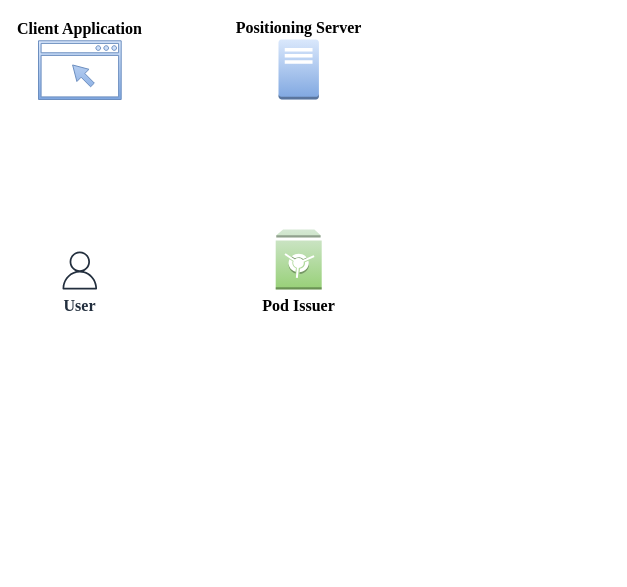
OpenHPS/openhps-solid keeps this draw.io diagram as page "Page-3" (2 of 3) of docs/media/images/solid.drawio. Above is the earlier version. Source tidied: cells renumbered, new cells numbered last; positions are measured from the earlier drawing's top-left corner, leaving out a move shared by most shapes. Both pictures are drawn from the tidied source at 100%, with x=0, y=0 at pixel (38, 39).
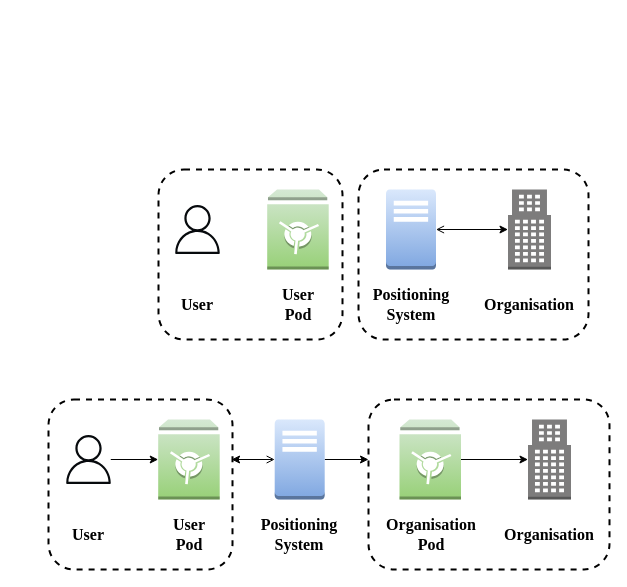
Above is the later version.

Diff of the diagram source:
```diff
@@
+    <mxCell id="6" style="rounded=1;whiteSpace=wrap;html=1;fontFamily=Garamond;fontSize=16;fillColor=none;strokeWidth=2;dashed=1;" parent="1" vertex="1">
+      <mxGeometry x="10" y="360" width="184" height="170" as="geometry" />
+    </mxCell>
+    <mxCell id="7" style="rounded=1;whiteSpace=wrap;html=1;fontFamily=Garamond;fontSize=16;fillColor=none;strokeWidth=2;dashed=1;" parent="1" vertex="1">
+      <mxGeometry x="320" y="130" width="230" height="170" as="geometry" />
+    </mxCell>
+    <mxCell id="8" style="edgeStyle=orthogonalEdgeStyle;rounded=0;jettySize=auto;html=1;entryX=0;entryY=0.5;entryDx=0;entryDy=0;entryPerimeter=0;fontFamily=Garamond;fontSize=16;startArrow=open;startFill=0;" parent="1" edge="1" source="2" target="12">
+      <mxGeometry relative="1" as="geometry" />
+    </mxCell>
-    <mxCell id="2" value="&lt;b&gt;Positioning Server&lt;br&gt;&lt;/b&gt;" style="outlineConnect=0;dashed=0;verticalLabelPosition=top;verticalAlign=bottom;align=center;html=1;shape=mxgraph.aws3.traditional_server;fillColor=#dae8fc;gradientColor=#7ea6e0;fontFamily=Garamond;fontSize=16;strokeColor=#6c8ebf;labelPosition=center;" parent="1" vertex="1">
-      <mxGeometry x="240" width="40.4" height="60" as="geometry" />
+    <mxCell id="2" value="&lt;b&gt;&lt;br&gt;&lt;/b&gt;" style="outlineConnect=0;dashed=0;verticalLabelPosition=top;verticalAlign=bottom;align=center;html=1;shape=mxgraph.aws3.traditional_server;fillColor=#dae8fc;gradientColor=#7ea6e0;fontFamily=Garamond;fontSize=16;strokeColor=#6c8ebf;labelPosition=center;" parent="1" vertex="1">
+      <mxGeometry x="347.5" y="150" width="50" height="80" as="geometry" />
     </mxCell>
-    <mxCell id="3" value="&lt;font style=&quot;font-size: 16px&quot;&gt;&lt;b&gt;Client Application&lt;/b&gt;&lt;/font&gt;" style="sketch=0;shadow=0;dashed=0;html=1;strokeColor=#6c8ebf;fillColor=#dae8fc;labelPosition=center;verticalLabelPosition=top;verticalAlign=bottom;align=center;shape=mxgraph.vvd.web_browser;gradientColor=#7ea6e0;fontFamily=Garamond;" parent="1" vertex="1">
-      <mxGeometry y="1.3" width="82.7" height="58.7" as="geometry" />
-    </mxCell>
-    <mxCell id="4" value="&lt;b&gt;&lt;font style=&quot;font-size: 16px&quot;&gt;User&lt;/font&gt;&lt;/b&gt;" style="sketch=0;fontColor=#232F3E;gradientColor=none;fillColor=#232F3E;strokeColor=none;dashed=0;verticalLabelPosition=bottom;verticalAlign=top;align=center;html=1;fontSize=12;fontStyle=0;shape=mxgraph.aws4.user;fontFamily=Garamond;" parent="1" vertex="1">
-      <mxGeometry x="22.3" y="212" width="38" height="38" as="geometry" />
+    <mxCell id="4" style="sketch=0;fontColor=#232F3E;gradientColor=none;fillColor=#070A0D;strokeColor=none;dashed=0;verticalLabelPosition=bottom;verticalAlign=top;align=center;html=1;fontSize=12;fontStyle=0;shape=mxgraph.aws4.user;fontFamily=Garamond;" parent="1" vertex="1">
+      <mxGeometry x="134.5" y="165.5" width="49" height="49" as="geometry" />
     </mxCell>
-    <mxCell id="5" value="&lt;font face=&quot;Garamond&quot; size=&quot;1&quot;&gt;&lt;b style=&quot;font-size: 16px&quot;&gt;Pod Issuer&lt;/b&gt;&lt;/font&gt;" style="dashed=0;verticalLabelPosition=bottom;verticalAlign=top;align=center;html=1;shape=mxgraph.aws3.vault;fillColor=#d5e8d4;strokeColor=#82b366;gradientColor=#97d077;" parent="1" vertex="1">
-      <mxGeometry x="237.2" y="190" width="46" height="60" as="geometry" />
-    </mxCell>
+    <mxCell id="9" value="&lt;font style=&quot;font-size: 16px&quot;&gt;User&lt;/font&gt;" style="text;html=1;strokeColor=none;fillColor=none;align=center;verticalAlign=middle;whiteSpace=wrap;rounded=0;fontStyle=1;fontFamily=Garamond;fontSize=13;" parent="1" vertex="1">
+      <mxGeometry x="129" y="250" width="60" height="30" as="geometry" />
+    </mxCell>
+    <mxCell id="10" value="&lt;font style=&quot;font-size: 16px&quot;&gt;Positioning System&lt;/font&gt;" style="text;html=1;strokeColor=none;fillColor=none;align=center;verticalAlign=middle;whiteSpace=wrap;rounded=0;fontStyle=1;fontFamily=Garamond;fontSize=13;" parent="1" vertex="1">
+      <mxGeometry x="342.5" y="250" width="60" height="30" as="geometry" />
+    </mxCell>
+    <mxCell id="11" value="&lt;font style=&quot;font-size: 16px&quot;&gt;User Pod&lt;/font&gt;" style="text;html=1;strokeColor=none;fillColor=none;align=center;verticalAlign=middle;whiteSpace=wrap;rounded=0;fontStyle=1;fontFamily=Garamond;fontSize=13;" parent="1" vertex="1">
+      <mxGeometry x="230.2" y="250" width="60" height="30" as="geometry" />
+    </mxCell>
+    <mxCell id="12" style="outlineConnect=0;dashed=0;verticalLabelPosition=bottom;verticalAlign=top;align=center;html=1;shape=mxgraph.aws3.office_building;fillColor=#7D7C7C;gradientColor=none;fontFamily=Garamond;fontSize=16;" parent="1" vertex="1">
+      <mxGeometry x="469.5" y="150" width="43" height="80" as="geometry" />
+    </mxCell>
+    <mxCell id="13" value="&lt;font style=&quot;font-size: 16px&quot;&gt;Organisation&lt;br&gt;&lt;/font&gt;" style="text;html=1;strokeColor=none;fillColor=none;align=center;verticalAlign=middle;whiteSpace=wrap;rounded=0;fontStyle=1;fontFamily=Garamond;fontSize=13;" parent="1" vertex="1">
+      <mxGeometry x="461" y="250" width="60" height="30" as="geometry" />
+    </mxCell>
+    <mxCell id="14" style="dashed=0;verticalLabelPosition=bottom;verticalAlign=top;align=center;html=1;shape=mxgraph.aws3.vault;fillColor=#d5e8d4;strokeColor=#82b366;gradientColor=#97d077;" parent="1" vertex="1">
+      <mxGeometry x="228.7" y="150" width="61.5" height="80" as="geometry" />
+    </mxCell>
+    <mxCell id="15" style="rounded=1;whiteSpace=wrap;html=1;fontFamily=Garamond;fontSize=16;fillColor=none;strokeWidth=2;dashed=1;" parent="1" vertex="1">
+      <mxGeometry x="330" y="360" width="241" height="170" as="geometry" />
+    </mxCell>
+    <mxCell id="16" style="edgeStyle=orthogonalEdgeStyle;rounded=0;jettySize=auto;html=1;entryX=0;entryY=0.353;entryDx=0;entryDy=0;entryPerimeter=0;fontFamily=Garamond;fontSize=16;" parent="1" edge="1" source="18" target="15">
+      <mxGeometry relative="1" as="geometry" />
+    </mxCell>
+    <mxCell id="17" style="edgeStyle=orthogonalEdgeStyle;rounded=0;jettySize=auto;html=1;entryX=0.995;entryY=0.353;entryDx=0;entryDy=0;entryPerimeter=0;fontFamily=Garamond;fontSize=16;startArrow=open;startFill=0;" parent="1" edge="1" source="18" target="6">
+      <mxGeometry relative="1" as="geometry" />
+    </mxCell>
+    <mxCell id="18" value="&lt;b&gt;&lt;br&gt;&lt;/b&gt;" style="outlineConnect=0;dashed=0;verticalLabelPosition=top;verticalAlign=bottom;align=center;html=1;shape=mxgraph.aws3.traditional_server;fillColor=#dae8fc;gradientColor=#7ea6e0;fontFamily=Garamond;fontSize=16;strokeColor=#6c8ebf;labelPosition=center;" parent="1" vertex="1">
+      <mxGeometry x="236.2" y="380" width="50" height="80" as="geometry" />
+    </mxCell>
+    <mxCell id="19" style="edgeStyle=orthogonalEdgeStyle;rounded=0;jettySize=auto;html=1;entryX=0;entryY=0.5;entryDx=0;entryDy=0;entryPerimeter=0;fontFamily=Garamond;fontSize=16;" parent="1" edge="1" source="20" target="30">
+      <mxGeometry relative="1" as="geometry" />
+    </mxCell>
+    <mxCell id="20" style="sketch=0;outlineConnect=0;fontColor=#232F3E;gradientColor=none;fillColor=#070A0D;strokeColor=none;dashed=0;verticalLabelPosition=bottom;verticalAlign=top;align=center;html=1;fontSize=12;fontStyle=0;shape=mxgraph.aws4.user;fontFamily=Garamond;" parent="1" vertex="1">
+      <mxGeometry x="25.5" y="395.5" width="49" height="49" as="geometry" />
+    </mxCell>
+    <mxCell id="21" value="&lt;font style=&quot;font-size: 16px&quot;&gt;User&lt;/font&gt;" style="text;html=1;strokeColor=none;fillColor=none;align=center;verticalAlign=middle;whiteSpace=wrap;rounded=0;fontStyle=1;fontFamily=Garamond;fontSize=13;" parent="1" vertex="1">
+      <mxGeometry x="20" y="480" width="60" height="30" as="geometry" />
+    </mxCell>
+    <mxCell id="22" value="&lt;font style=&quot;font-size: 16px&quot;&gt;Positioning System&lt;/font&gt;" style="text;html=1;strokeColor=none;fillColor=none;align=center;verticalAlign=middle;whiteSpace=wrap;rounded=0;fontStyle=1;fontFamily=Garamond;fontSize=13;" parent="1" vertex="1">
+      <mxGeometry x="231.2" y="480" width="60" height="30" as="geometry" />
+    </mxCell>
+    <mxCell id="23" value="&lt;font style=&quot;font-size: 16px&quot;&gt;User Pod&lt;/font&gt;" style="text;html=1;strokeColor=none;fillColor=none;align=center;verticalAlign=middle;whiteSpace=wrap;rounded=0;fontStyle=1;fontFamily=Garamond;fontSize=13;" parent="1" vertex="1">
+      <mxGeometry x="121.2" y="480" width="60" height="30" as="geometry" />
+    </mxCell>
+    <mxCell id="24" style="outlineConnect=0;dashed=0;verticalLabelPosition=bottom;verticalAlign=top;align=center;html=1;shape=mxgraph.aws3.office_building;fillColor=#7D7C7C;gradientColor=none;fontFamily=Garamond;fontSize=16;" parent="1" vertex="1">
+      <mxGeometry x="489.5" y="380" width="43" height="80" as="geometry" />
+    </mxCell>
+    <mxCell id="25" value="&lt;font style=&quot;font-size: 16px&quot;&gt;Organisation&lt;br&gt;&lt;/font&gt;" style="text;html=1;strokeColor=none;fillColor=none;align=center;verticalAlign=middle;whiteSpace=wrap;rounded=0;fontStyle=1;fontFamily=Garamond;fontSize=13;" parent="1" vertex="1">
+      <mxGeometry x="481" y="480" width="60" height="30" as="geometry" />
+    </mxCell>
+    <mxCell id="26" style="edgeStyle=orthogonalEdgeStyle;rounded=0;jettySize=auto;html=1;entryX=0;entryY=0.5;entryDx=0;entryDy=0;entryPerimeter=0;fontFamily=Garamond;fontSize=16;" parent="1" edge="1" source="27" target="24">
+      <mxGeometry relative="1" as="geometry" />
+    </mxCell>
+    <mxCell id="27" style="outlineConnect=0;dashed=0;verticalLabelPosition=bottom;verticalAlign=top;align=center;html=1;shape=mxgraph.aws3.vault;fillColor=#d5e8d4;strokeColor=#82b366;gradientColor=#97d077;" parent="1" vertex="1">
+      <mxGeometry x="361" y="380" width="61.5" height="80" as="geometry" />
+    </mxCell>
+    <mxCell id="28" value="&lt;font style=&quot;font-size: 16px&quot;&gt;Organisation&lt;br&gt;Pod&lt;br&gt;&lt;/font&gt;" style="text;html=1;strokeColor=none;fillColor=none;align=center;verticalAlign=middle;whiteSpace=wrap;rounded=0;fontStyle=1;fontFamily=Garamond;fontSize=13;" parent="1" vertex="1">
+      <mxGeometry x="362.5" y="480" width="60" height="30" as="geometry" />
+    </mxCell>
+    <mxCell id="29" style="rounded=1;whiteSpace=wrap;html=1;fontFamily=Garamond;fontSize=16;fillColor=none;strokeWidth=2;dashed=1;" parent="1" vertex="1">
+      <mxGeometry x="120" y="130" width="184" height="170" as="geometry" />
+    </mxCell>
+    <mxCell id="30" style="outlineConnect=0;dashed=0;verticalLabelPosition=bottom;verticalAlign=top;align=center;html=1;shape=mxgraph.aws3.vault;fillColor=#d5e8d4;strokeColor=#82b366;gradientColor=#97d077;" parent="1" vertex="1">
+      <mxGeometry x="119.7" y="380" width="61.5" height="80" as="geometry" />
+    </mxCell>
```
